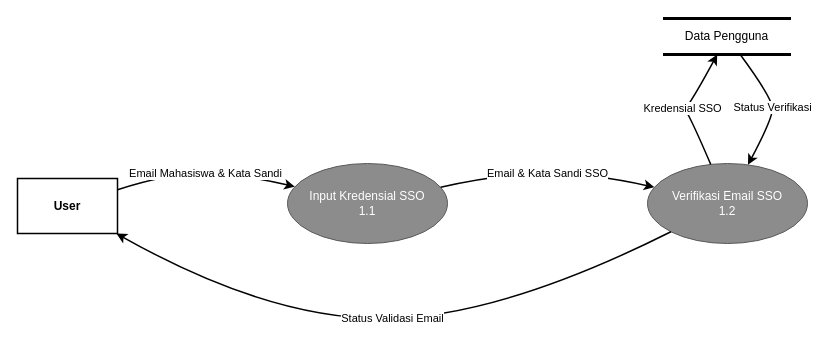
The draw.io diagram DFD Level 2 — Proses 1.0 (Login SSO).drawio in ding317/ding317, before the edit. Source tidied: cells renumbered, new cells numbered last; positions are measured from the earlier drawing's top-left corner, leaving out a move shared by most shapes. Both pictures are drawn from the tidied source at 100%, with x=0, y=0 at pixel (17, 18).
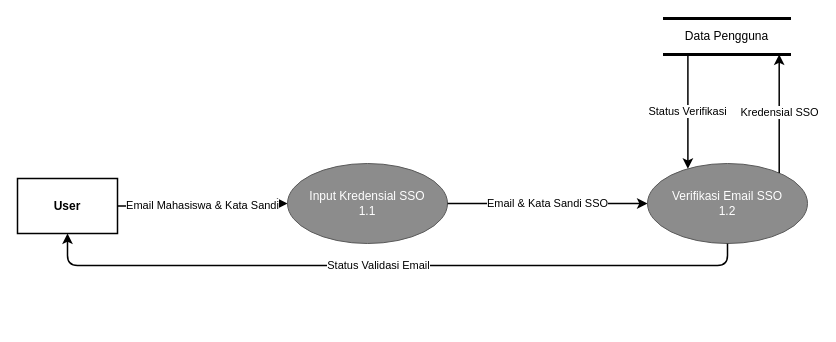
The same page after the edit.

What changed in the source:
```diff
@@
 <mxGraphModel>
   <root>
     <mxCell id="0" />
     <mxCell id="1" parent="0" />
     <mxCell id="2" value="User" style="rounded=0;whiteSpace=wrap;html=1;fillColor=#FFFFFF;strokeColor=#000000;strokeWidth=1.5;fontColor=#000000;fontSize=12;fontStyle=1;" parent="1" vertex="1">
       <mxGeometry y="160" width="100" height="55" as="geometry" />
     </mxCell>
     <mxCell id="3" value="Input Kredensial SSO&lt;br&gt;1.1" style="ellipse;whiteSpace=wrap;html=1;fillColor=#8C8C8C;strokeColor=#595959;fontColor=#FFFFFF;fontSize=12;" parent="1" vertex="1">
       <mxGeometry x="270" y="145" width="160" height="80" as="geometry" />
     </mxCell>
     <mxCell id="4" value="Verifikasi Email SSO&lt;br&gt;1.2" style="ellipse;whiteSpace=wrap;html=1;fillColor=#8C8C8C;strokeColor=#595959;fontColor=#FFFFFF;fontSize=12;" parent="1" vertex="1">
       <mxGeometry x="630" y="145" width="160" height="80" as="geometry" />
     </mxCell>
     <mxCell id="5" value="Data Pengguna" style="shape=partialRectangle;whiteSpace=wrap;html=1;top=1;bottom=1;left=0;right=0;strokeWidth=3;strokeColor=#000000;fillColor=none;fontColor=#000000;fontSize=12;" parent="1" vertex="1">
       <mxGeometry x="647" width="125" height="36" as="geometry" />
     </mxCell>
-    <mxCell id="6" value="Email Mahasiswa &amp; Kata Sandi" style="curved=1;endArrow=classic;html=1;strokeWidth=1.5;strokeColor=#000000;fontColor=#000000;fontSize=11;labelBackgroundColor=#FFFFFF;" parent="1" edge="1" source="2" target="3">
-      <mxGeometry relative="1" as="geometry">
-        <Array as="points">
-          <mxPoint x="150" y="155" />
-          <mxPoint x="220" y="155" />
-        </Array>
-      </mxGeometry>
+    <mxCell id="6" value="Email Mahasiswa &amp; Kata Sandi" style="endArrow=classic;html=1;strokeWidth=1.5;strokeColor=#000000;fontColor=#000000;fontSize=11;labelBackgroundColor=#FFFFFF;edgeStyle=orthogonalEdgeStyle;" parent="1" edge="1" source="2" target="3">
+      <mxGeometry relative="1" as="geometry" />
     </mxCell>
-    <mxCell id="7" value="Email &amp; Kata Sandi SSO" style="curved=1;endArrow=classic;html=1;strokeWidth=1.5;strokeColor=#000000;fontColor=#000000;fontSize=11;labelBackgroundColor=#FFFFFF;" parent="1" edge="1" source="3" target="4">
-      <mxGeometry relative="1" as="geometry">
-        <Array as="points">
-          <mxPoint x="485" y="155" />
-          <mxPoint x="575" y="155" />
-        </Array>
-      </mxGeometry>
+    <mxCell id="7" value="Email &amp; Kata Sandi SSO" style="endArrow=classic;html=1;strokeWidth=1.5;strokeColor=#000000;fontColor=#000000;fontSize=11;labelBackgroundColor=#FFFFFF;edgeStyle=orthogonalEdgeStyle;" parent="1" edge="1" source="3" target="4">
+      <mxGeometry relative="1" as="geometry" />
     </mxCell>
-    <mxCell id="8" value="Kredensial SSO" style="curved=1;endArrow=classic;html=1;strokeWidth=1.5;strokeColor=#000000;fontColor=#000000;fontSize=11;labelBackgroundColor=#FFFFFF;" parent="1" edge="1" source="4" target="5">
-      <mxGeometry relative="1" as="geometry">
+    <mxCell id="8" value="Kredensial SSO" style="endArrow=classic;html=1;strokeWidth=1.5;strokeColor=#000000;fontColor=#000000;fontSize=11;labelBackgroundColor=#FFFFFF;edgeStyle=orthogonalEdgeStyle;" parent="1" edge="1" source="4" target="5">
+      <mxGeometry x="0.01" relative="1" as="geometry">
         <Array as="points">
-          <mxPoint x="665" y="80" />
-          <mxPoint x="665" y="100" />
+          <mxPoint x="761.7" y="121.3" />
+          <mxPoint x="761.7" y="121.3" />
         </Array>
       </mxGeometry>
     </mxCell>
-    <mxCell id="9" value="Status Verifikasi" style="curved=1;endArrow=classic;html=1;strokeWidth=1.5;strokeColor=#000000;fontColor=#000000;fontSize=11;labelBackgroundColor=#FFFFFF;" parent="1" edge="1" source="5" target="4">
+    <mxCell id="9" value="Status Verifikasi" style="endArrow=classic;html=1;strokeWidth=1.5;strokeColor=#000000;fontColor=#000000;fontSize=11;labelBackgroundColor=#FFFFFF;edgeStyle=orthogonalEdgeStyle;" parent="1" edge="1" source="5" target="4">
       <mxGeometry relative="1" as="geometry">
         <Array as="points">
-          <mxPoint x="755" y="80" />
-          <mxPoint x="755" y="100" />
+          <mxPoint x="670.4" y="117.9" />
+          <mxPoint x="670.4" y="117.9" />
         </Array>
       </mxGeometry>
     </mxCell>
-    <mxCell id="10" value="Status Validasi Email" style="curved=1;endArrow=classic;html=1;strokeWidth=1.5;strokeColor=#000000;fontColor=#000000;fontSize=11;labelBackgroundColor=#FFFFFF;" parent="1" edge="1" source="4" target="2">
-      <mxGeometry relative="1" as="geometry">
+    <mxCell id="10" value="Status Validasi Email" style="endArrow=classic;html=1;strokeWidth=1.5;strokeColor=#000000;fontColor=#000000;fontSize=11;labelBackgroundColor=#FFFFFF;edgeStyle=orthogonalEdgeStyle;" parent="1" edge="1" source="4" target="2">
+      <mxGeometry x="0.04" relative="1" as="geometry">
         <Array as="points">
-          <mxPoint x="480" y="300" />
-          <mxPoint x="250" y="300" />
+          <mxPoint x="710" y="246.9" />
+          <mxPoint x="50" y="246.9" />
         </Array>
       </mxGeometry>
     </mxCell>
   </root>
 </mxGraphModel>
```
